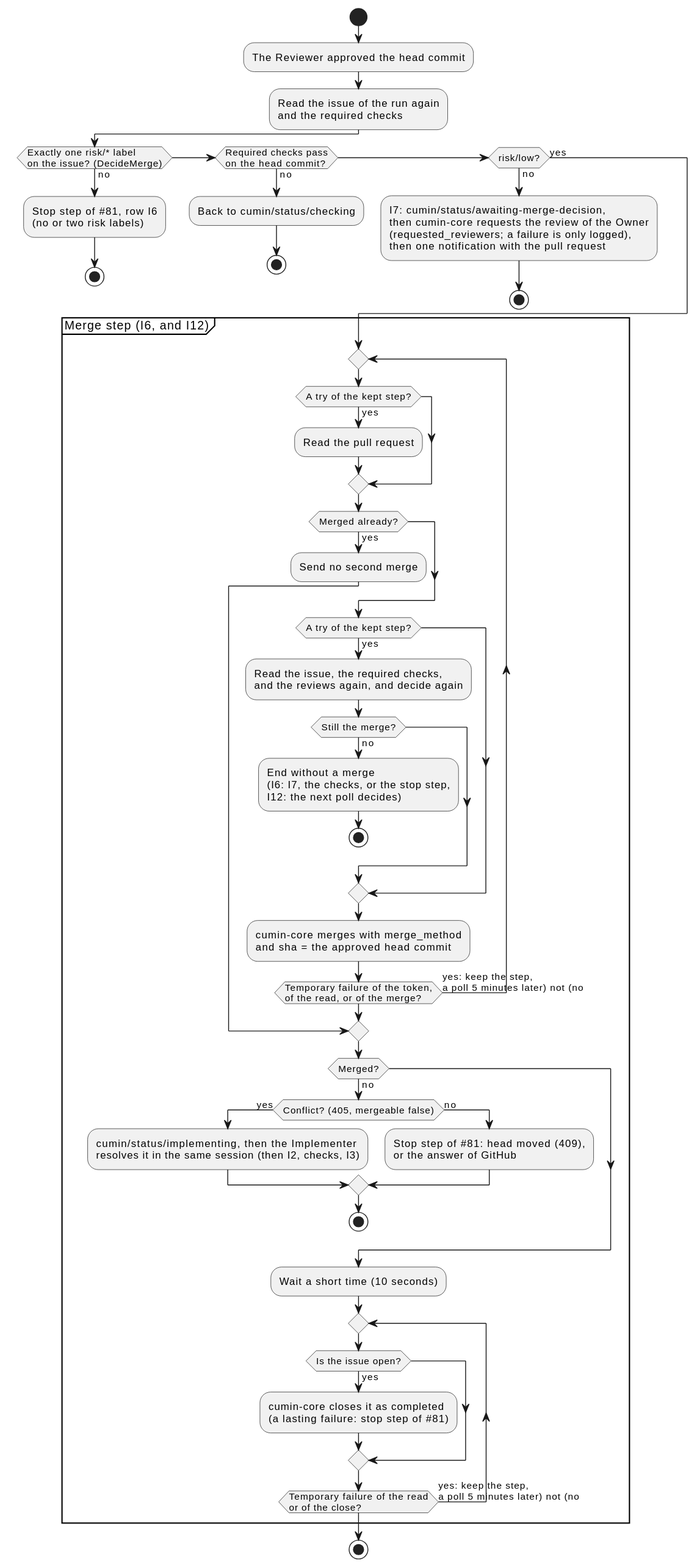
Earlier version of the PlantUML export docs/ja/designs/poll-merge.svg (cloveclovedev/cumin-works).
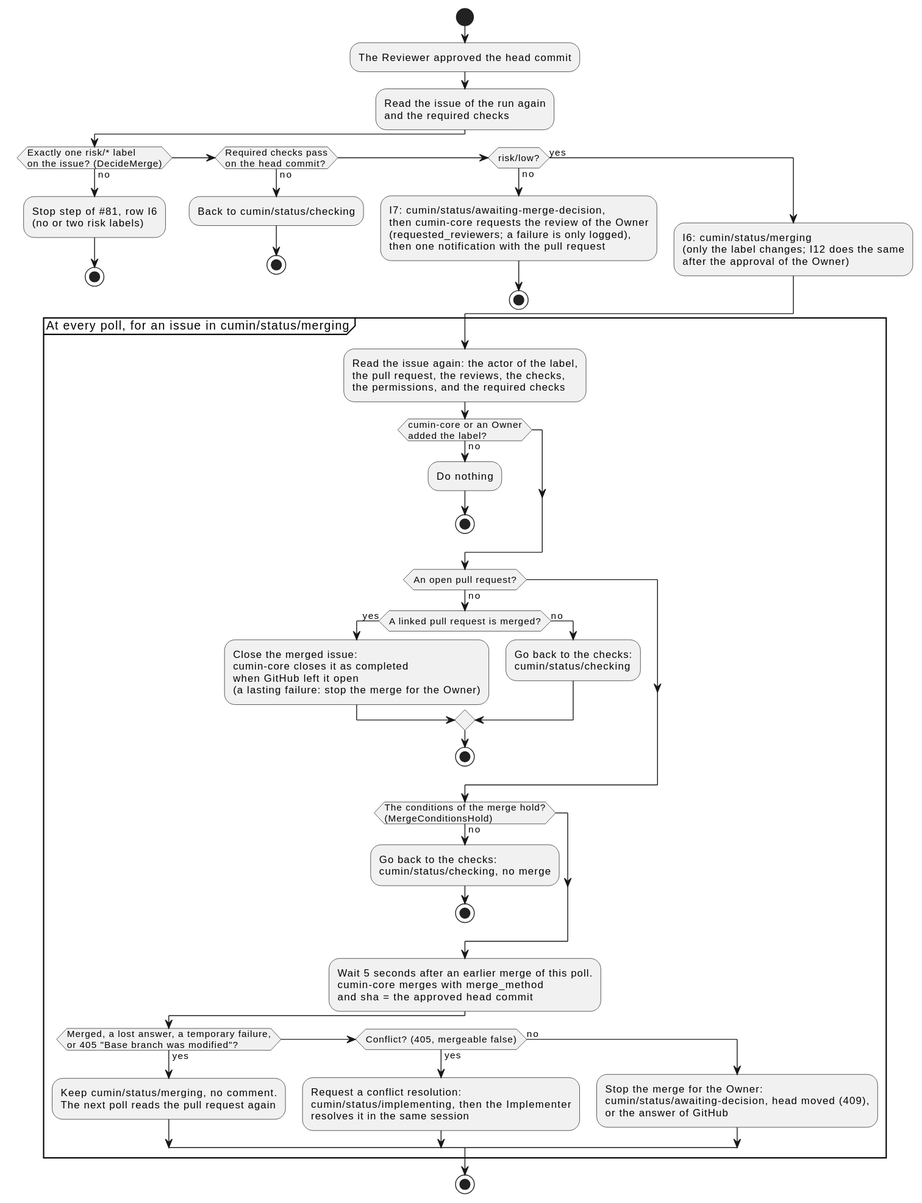
The same diagram one commit later.

Commit message:
docs(designs): describe the steps in the state merging

Change to the diagram source:
```diff
@@ -22,50 +22,53 @@
   then one notification with the pull request;
   stop
 else (yes)
+  :I6: cumin/status/merging
+  (only the label changes; I12 does the same
+  after the approval of the Owner);
 endif
-partition "Merge step (I6, and I12)" {
-  repeat
-    if (A try of the kept step?) then (yes)
-      :Read the pull request;
-    endif
-    if (Merged already?) then (yes)
-      :Send no second merge;
-      break
-    endif
-    if (A try of the kept step?) then (yes)
-      :Read the issue, the required checks,
-      and the reviews again, and decide again;
-      if (Still the merge?) then (no)
-        :End without a merge
-        (I6: I7, the checks, or the stop step,
-        I12: the next poll decides);
-        stop
-      endif
-    endif
-    :cumin-core merges with merge_method
-    and sha = the approved head commit;
-  repeat while (Temporary failure of the token,
-of the read, or of the merge?) is (yes: keep the step,
-a poll 5 minutes later) not (no)
-  if (Merged?) then (no)
-    if (Conflict? (405, mergeable false)) then (yes)
-      :cumin/status/implementing, then the Implementer
-      resolves it in the same session (then I2, checks, I3);
+partition "At every poll, for an issue in cumin/status/merging" {
+  :Read the issue again: the actor of the label,
+  the pull request, the reviews, the checks,
+  the permissions, and the required checks;
+  if (cumin-core or an Owner
+added the label?) then (no)
+    :Do nothing;
+    stop
+  endif
+  if (An open pull request?) then (no)
+    if (A linked pull request is merged?) then (yes)
+      :Close the merged issue:
+      cumin-core closes it as completed
+      when GitHub left it open
+      (a lasting failure: stop the merge for the Owner);
     else (no)
-      :Stop step of #81: head moved (409),
-      or the answer of GitHub;
+      :Go back to the checks:
+      cumin/status/checking;
     endif
     stop
   endif
-  :Wait a short time (10 seconds);
-  repeat
-    if (Is the issue open?) then (yes)
-      :cumin-core closes it as completed
-      (a lasting failure: stop step of #81);
-    endif
-  repeat while (Temporary failure of the read
-or of the close?) is (yes: keep the step,
-a poll 5 minutes later) not (no)
+  if (The conditions of the merge hold?
+(MergeConditionsHold)) then (no)
+    :Go back to the checks:
+    cumin/status/checking, no merge;
+    stop
+  endif
+  :Wait 5 seconds after an earlier merge of this poll.
+  cumin-core merges with merge_method
+  and sha = the approved head commit;
+  if (Merged, a lost answer, a temporary failure,
+or 405 "Base branch was modified"?) then (yes)
+    :Keep cumin/status/merging, no comment.
+    The next poll reads the pull request again;
+  elseif (Conflict? (405, mergeable false)) then (yes)
+    :Request a conflict resolution:
+    cumin/status/implementing, then the Implementer
+    resolves it in the same session;
+  else (no)
+    :Stop the merge for the Owner:
+    cumin/status/awaiting-decision, head moved (409),
+    or the answer of GitHub;
+  endif
 }
 stop
 @enduml
```
